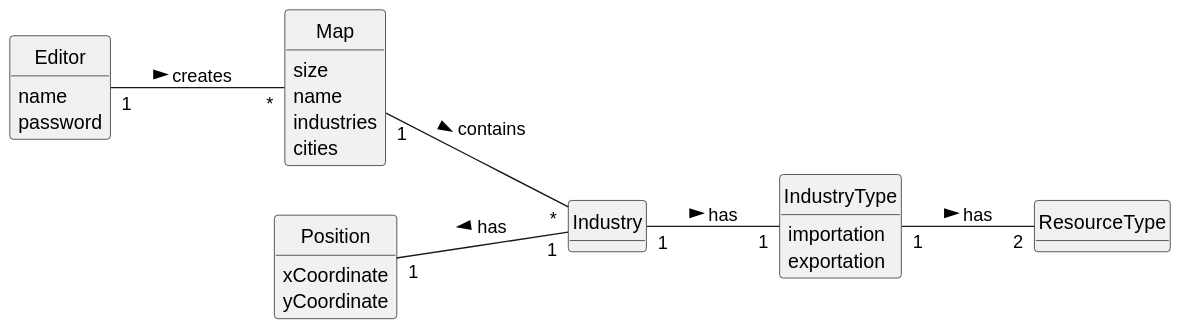
Before: Sprint2/US002/02.analysis/svg/US002-DM.svg, a diagram exported from PlantUML (1240935/pi2-railway-simulator). Source of this version:
```plantuml
@startuml
skinparam monochrome true
skinparam packageStyle rectangle
skinparam shadowing false
skinparam classAttributeIconSize 0
hide circle
hide methods

left to right direction

class Editor {
    name
    password
}

class Map {
    size
    name
    industries
    cities
}

class Industry {
}

class IndustryType{
    importation
    exportation
}

class Position{
    xCoordinate
    yCoordinate
}

class ResourceType{

}

Editor "1" -- "*" Map: creates >
Map "1" -- "*" Industry: contains >
Position "1" -- "1" Industry: has <
Industry "1" -- "1" IndustryType: has >
IndustryType "1" -- "2" ResourceType : has >
@enduml
```
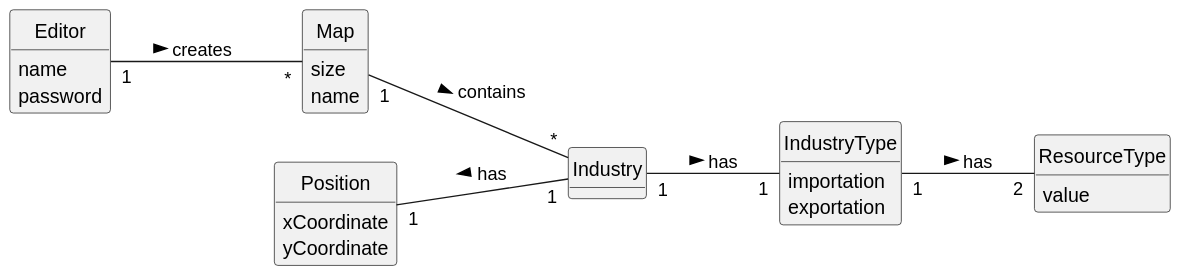
After the change.

Diff of the diagram source:
```diff
@@ -16,8 +16,6 @@
 class Map {
     size
     name
-    industries
-    cities
 }
 
 class Industry {
@@ -34,7 +32,7 @@
 }
 
 class ResourceType{
-
+    value
 }
 
 Editor "1" -- "*" Map: creates >
```
